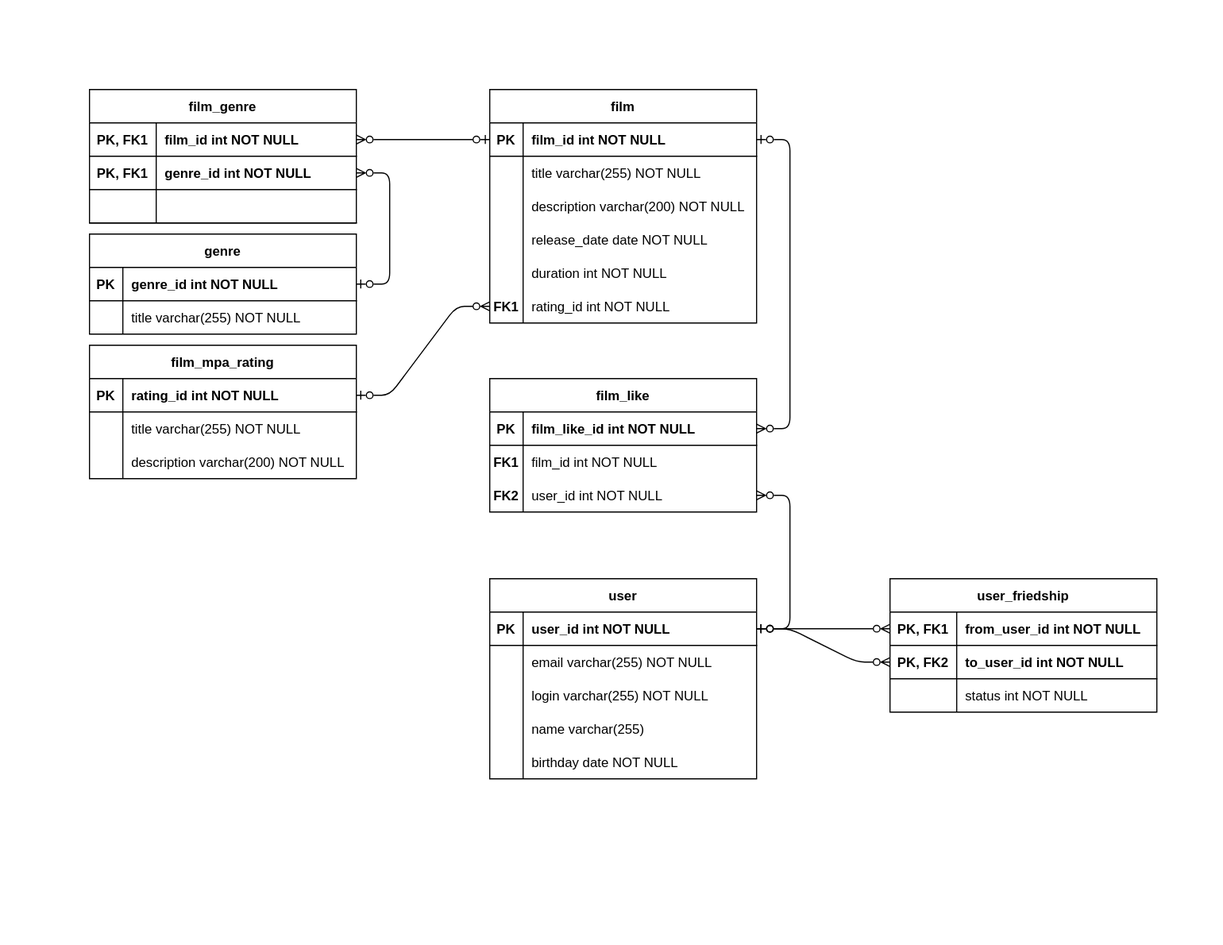
The draw.io diagram docs/entity-relational-diagram.svg in RescueRangerA/java-filmorate, before a commit. Source tidied: cells renumbered, new cells last; positions are measured from the earlier drawing's top-left corner, leaving out a move shared by most shapes.
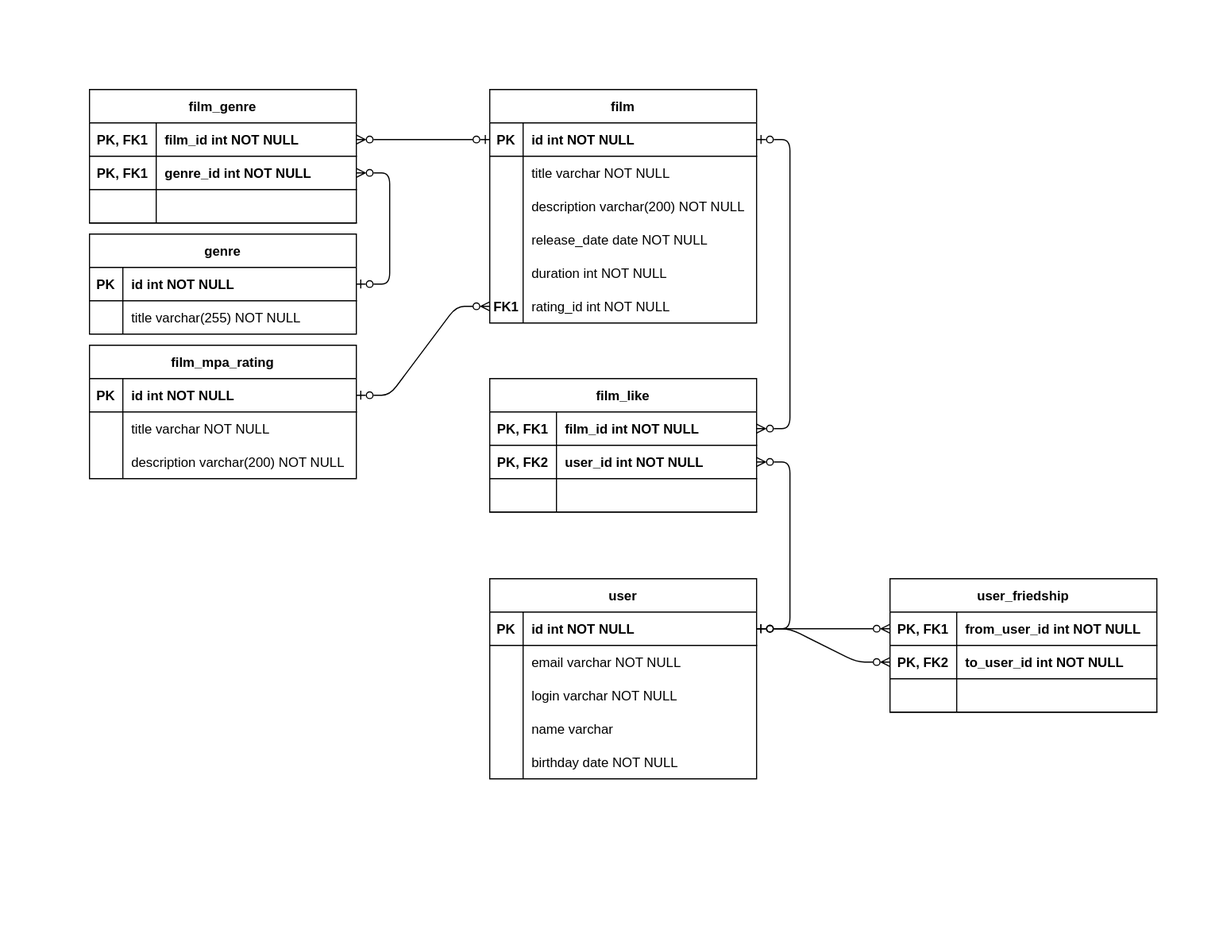
Above is the later version.

Commit message:
docs: refresh ERD

Change to the diagram source:
```diff
@@ -11,7 +11,7 @@
     <mxCell id="4" value="PK" style="shape=partialRectangle;overflow=hidden;fillColor=none;top=0;left=0;bottom=0;right=0;fontStyle=1;" parent="3" vertex="1">
       <mxGeometry width="30" height="30" as="geometry" />
     </mxCell>
-    <mxCell id="5" value="film_id int NOT NULL " style="shape=partialRectangle;overflow=hidden;fillColor=none;top=0;left=0;bottom=0;right=0;align=left;spacingLeft=6;fontStyle=1;" parent="3" vertex="1">
+    <mxCell id="5" value="id int NOT NULL " style="shape=partialRectangle;overflow=hidden;fillColor=none;top=0;left=0;bottom=0;right=0;align=left;spacingLeft=6;fontStyle=1;" parent="3" vertex="1">
       <mxGeometry x="30" width="210" height="30" as="geometry" />
     </mxCell>
     <mxCell id="6" style="shape=partialRectangle;fillColor=none;top=0;left=0;right=0;bottom=0;" parent="2" vertex="1">
@@ -20,7 +20,7 @@
     <mxCell id="7" style="shape=partialRectangle;overflow=hidden;fillColor=none;top=0;left=0;bottom=0;right=0;" parent="6" vertex="1">
       <mxGeometry width="30" height="30" as="geometry" />
     </mxCell>
-    <mxCell id="8" value="title varchar(255) NOT NULL" style="shape=partialRectangle;overflow=hidden;fillColor=none;top=0;left=0;bottom=0;right=0;align=left;spacingLeft=6;" parent="6" vertex="1">
+    <mxCell id="8" value="title varchar NOT NULL" style="shape=partialRectangle;overflow=hidden;fillColor=none;top=0;left=0;bottom=0;right=0;align=left;spacingLeft=6;" parent="6" vertex="1">
       <mxGeometry x="30" width="210" height="30" as="geometry" />
     </mxCell>
     <mxCell id="9" style="shape=partialRectangle;fillColor=none;top=0;left=0;right=0;bottom=0;" parent="2" vertex="1">
@@ -68,7 +68,7 @@
     <mxCell id="23" value="PK" style="shape=partialRectangle;overflow=hidden;fillColor=none;top=0;left=0;bottom=0;right=0;fontStyle=1;" parent="22" vertex="1">
       <mxGeometry width="30" height="30" as="geometry" />
     </mxCell>
-    <mxCell id="24" value="user_id int NOT NULL " style="shape=partialRectangle;overflow=hidden;fillColor=none;top=0;left=0;bottom=0;right=0;align=left;spacingLeft=6;fontStyle=1;" parent="22" vertex="1">
+    <mxCell id="24" value="id int NOT NULL " style="shape=partialRectangle;overflow=hidden;fillColor=none;top=0;left=0;bottom=0;right=0;align=left;spacingLeft=6;fontStyle=1;" parent="22" vertex="1">
       <mxGeometry x="30" width="210" height="30" as="geometry" />
     </mxCell>
     <mxCell id="25" style="shape=partialRectangle;fillColor=none;top=0;left=0;right=0;bottom=0;" parent="21" vertex="1">
@@ -77,7 +77,7 @@
     <mxCell id="26" style="shape=partialRectangle;overflow=hidden;fillColor=none;top=0;left=0;bottom=0;right=0;" parent="25" vertex="1">
       <mxGeometry width="30" height="30" as="geometry" />
     </mxCell>
-    <mxCell id="27" value="email varchar(255) NOT NULL" style="shape=partialRectangle;overflow=hidden;fillColor=none;top=0;left=0;bottom=0;right=0;align=left;spacingLeft=6;" parent="25" vertex="1">
+    <mxCell id="27" value="email varchar NOT NULL" style="shape=partialRectangle;overflow=hidden;fillColor=none;top=0;left=0;bottom=0;right=0;align=left;spacingLeft=6;" parent="25" vertex="1">
       <mxGeometry x="30" width="210" height="30" as="geometry" />
     </mxCell>
     <mxCell id="28" style="shape=partialRectangle;fillColor=none;top=0;left=0;right=0;bottom=0;" parent="21" vertex="1">
@@ -86,7 +86,7 @@
     <mxCell id="29" style="shape=partialRectangle;overflow=hidden;fillColor=none;top=0;left=0;bottom=0;right=0;" parent="28" vertex="1">
       <mxGeometry width="30" height="30" as="geometry" />
     </mxCell>
-    <mxCell id="30" value="login varchar(255) NOT NULL" style="shape=partialRectangle;overflow=hidden;fillColor=none;top=0;left=0;bottom=0;right=0;align=left;spacingLeft=6;" parent="28" vertex="1">
+    <mxCell id="30" value="login varchar NOT NULL" style="shape=partialRectangle;overflow=hidden;fillColor=none;top=0;left=0;bottom=0;right=0;align=left;spacingLeft=6;" parent="28" vertex="1">
       <mxGeometry x="30" width="210" height="30" as="geometry" />
     </mxCell>
     <mxCell id="31" style="shape=partialRectangle;fillColor=none;top=0;left=0;right=0;bottom=0;" parent="21" vertex="1">
@@ -95,7 +95,7 @@
     <mxCell id="32" style="shape=partialRectangle;overflow=hidden;fillColor=none;top=0;left=0;bottom=0;right=0;" parent="31" vertex="1">
       <mxGeometry width="30" height="30" as="geometry" />
     </mxCell>
-    <mxCell id="33" value="name varchar(255)" style="shape=partialRectangle;overflow=hidden;fillColor=none;top=0;left=0;bottom=0;right=0;align=left;spacingLeft=6;" parent="31" vertex="1">
+    <mxCell id="33" value="name varchar" style="shape=partialRectangle;overflow=hidden;fillColor=none;top=0;left=0;bottom=0;right=0;align=left;spacingLeft=6;" parent="31" vertex="1">
       <mxGeometry x="30" width="210" height="30" as="geometry" />
     </mxCell>
     <mxCell id="34" style="shape=partialRectangle;fillColor=none;top=0;left=0;right=0;bottom=0;" parent="21" vertex="1">
@@ -107,36 +107,6 @@
     <mxCell id="36" value="birthday date NOT NULL" style="shape=partialRectangle;overflow=hidden;fillColor=none;top=0;left=0;bottom=0;right=0;align=left;spacingLeft=6;" parent="34" vertex="1">
       <mxGeometry x="30" width="210" height="30" as="geometry" />
     </mxCell>
-    <mxCell id="37" value="film_like" style="shape=table;startSize=30;rowLines=0;fontStyle=1;align=center;" parent="1" vertex="1">
-      <mxGeometry x="360" y="260" width="240" height="120" as="geometry" />
-    </mxCell>
-    <mxCell id="38" style="shape=partialRectangle;fillColor=none;points=[[0,0.5],[1,0.5]];portConstraint=eastwest;top=0;left=0;right=0;bottom=1;" parent="37" vertex="1">
-      <mxGeometry y="30" width="240" height="30" as="geometry" />
-    </mxCell>
-    <mxCell id="39" value="PK" style="shape=partialRectangle;overflow=hidden;fillColor=none;top=0;left=0;bottom=0;right=0;fontStyle=1;" parent="38" vertex="1">
-      <mxGeometry width="30" height="30" as="geometry" />
-    </mxCell>
-    <mxCell id="40" value="film_like_id int NOT NULL " style="shape=partialRectangle;overflow=hidden;fillColor=none;top=0;left=0;bottom=0;right=0;align=left;spacingLeft=6;fontStyle=1;" parent="38" vertex="1">
-      <mxGeometry x="30" width="210" height="30" as="geometry" />
-    </mxCell>
-    <mxCell id="41" style="shape=partialRectangle;fillColor=none;top=0;left=0;right=0;bottom=0;" parent="37" vertex="1">
-      <mxGeometry y="60" width="240" height="30" as="geometry" />
-    </mxCell>
-    <mxCell id="42" value="FK1" style="shape=partialRectangle;overflow=hidden;fillColor=none;top=0;left=0;bottom=0;right=0;fontStyle=1;" parent="41" vertex="1">
-      <mxGeometry width="30" height="30" as="geometry" />
-    </mxCell>
-    <mxCell id="43" value="film_id int NOT NULL" style="shape=partialRectangle;overflow=hidden;fillColor=none;top=0;left=0;bottom=0;right=0;align=left;spacingLeft=6;" parent="41" vertex="1">
-      <mxGeometry x="30" width="210" height="30" as="geometry" />
-    </mxCell>
-    <mxCell id="44" style="shape=partialRectangle;fillColor=none;points=[[0,0.5],[1,0.5]];portConstraint=eastwest;top=0;left=0;right=0;bottom=0;" parent="37" vertex="1">
-      <mxGeometry y="90" width="240" height="30" as="geometry" />
-    </mxCell>
-    <mxCell id="45" value="FK2" style="shape=partialRectangle;overflow=hidden;fillColor=none;top=0;left=0;bottom=0;right=0;fontStyle=1;" parent="44" vertex="1">
-      <mxGeometry width="30" height="30" as="geometry" />
-    </mxCell>
-    <mxCell id="46" value="user_id int NOT NULL" style="shape=partialRectangle;overflow=hidden;fillColor=none;top=0;left=0;bottom=0;right=0;align=left;spacingLeft=6;" parent="44" vertex="1">
-      <mxGeometry x="30" width="210" height="30" as="geometry" />
-    </mxCell>
     <mxCell id="47" value="genre" style="shape=table;startSize=30;rowLines=0;fontStyle=1;align=center;" parent="1" vertex="1">
       <mxGeometry y="130" width="240" height="90" as="geometry" />
     </mxCell>
@@ -146,7 +116,7 @@
     <mxCell id="49" value="PK" style="shape=partialRectangle;overflow=hidden;fillColor=none;top=0;left=0;bottom=0;right=0;fontStyle=1;" parent="48" vertex="1">
       <mxGeometry width="30" height="30" as="geometry" />
     </mxCell>
-    <mxCell id="50" value="genre_id int NOT NULL " style="shape=partialRectangle;overflow=hidden;fillColor=none;top=0;left=0;bottom=0;right=0;align=left;spacingLeft=6;fontStyle=1;" parent="48" vertex="1">
+    <mxCell id="50" value="id int NOT NULL " style="shape=partialRectangle;overflow=hidden;fillColor=none;top=0;left=0;bottom=0;right=0;align=left;spacingLeft=6;fontStyle=1;" parent="48" vertex="1">
       <mxGeometry x="30" width="210" height="30" as="geometry" />
     </mxCell>
     <mxCell id="51" style="shape=partialRectangle;fillColor=none;top=0;left=0;right=0;bottom=0;" parent="47" vertex="1">
@@ -203,7 +173,7 @@
     <mxCell id="68" value="PK" style="shape=partialRectangle;overflow=hidden;fillColor=none;top=0;left=0;bottom=0;right=0;fontStyle=1;" parent="67" vertex="1">
       <mxGeometry width="30" height="30" as="geometry" />
     </mxCell>
-    <mxCell id="69" value="rating_id int NOT NULL " style="shape=partialRectangle;overflow=hidden;fillColor=none;top=0;left=0;bottom=0;right=0;align=left;spacingLeft=6;fontStyle=1;" parent="67" vertex="1">
+    <mxCell id="69" value="id int NOT NULL " style="shape=partialRectangle;overflow=hidden;fillColor=none;top=0;left=0;bottom=0;right=0;align=left;spacingLeft=6;fontStyle=1;" parent="67" vertex="1">
       <mxGeometry x="30" width="210" height="30" as="geometry" />
     </mxCell>
     <mxCell id="70" style="shape=partialRectangle;fillColor=none;top=0;left=0;right=0;bottom=0;" parent="66" vertex="1">
@@ -212,7 +182,7 @@
     <mxCell id="71" style="shape=partialRectangle;overflow=hidden;fillColor=none;top=0;left=0;bottom=0;right=0;" parent="70" vertex="1">
       <mxGeometry width="30" height="30" as="geometry" />
     </mxCell>
-    <mxCell id="72" value="title varchar(255) NOT NULL" style="shape=partialRectangle;overflow=hidden;fillColor=none;top=0;left=0;bottom=0;right=0;align=left;spacingLeft=6;" parent="70" vertex="1">
+    <mxCell id="72" value="title varchar NOT NULL" style="shape=partialRectangle;overflow=hidden;fillColor=none;top=0;left=0;bottom=0;right=0;align=left;spacingLeft=6;" parent="70" vertex="1">
       <mxGeometry x="30" width="210" height="30" as="geometry" />
     </mxCell>
     <mxCell id="73" style="shape=partialRectangle;fillColor=none;top=0;left=0;right=0;bottom=0;" parent="66" vertex="1">
@@ -248,26 +218,56 @@
     <mxCell id="83" value="to_user_id int NOT NULL" style="shape=partialRectangle;overflow=hidden;fillColor=none;top=0;left=0;bottom=0;right=0;align=left;spacingLeft=6;fontStyle=1;" parent="81" vertex="1">
       <mxGeometry x="60" width="180" height="30" as="geometry" />
     </mxCell>
-    <mxCell id="84" style="shape=partialRectangle;fillColor=none;top=0;left=0;right=0;bottom=0;" parent="77" vertex="1">
-      <mxGeometry y="90" width="240" height="30" as="geometry" />
-    </mxCell>
-    <mxCell id="85" style="shape=partialRectangle;overflow=hidden;fillColor=none;top=0;left=0;bottom=0;right=0;" parent="84" vertex="1">
-      <mxGeometry width="60" height="30" as="geometry" />
-    </mxCell>
-    <mxCell id="86" value="status int NOT NULL" style="shape=partialRectangle;overflow=hidden;fillColor=none;top=0;left=0;bottom=0;right=0;align=left;spacingLeft=6;" parent="84" vertex="1">
-      <mxGeometry x="60" width="180" height="30" as="geometry" />
-    </mxCell>
+    <mxCell id="91" style="shape=partialRectangle;fillColor=none;top=0;left=0;right=0;bottom=1;" parent="77" vertex="1">
+      <mxGeometry y="90" width="240" height="30" as="geometry" />
+    </mxCell>
+    <mxCell id="92" style="shape=partialRectangle;overflow=hidden;fillColor=none;top=0;left=0;bottom=0;right=0;fontStyle=1;" parent="91" vertex="1">
+      <mxGeometry width="60" height="30" as="geometry" />
+    </mxCell>
+    <mxCell id="93" style="shape=partialRectangle;overflow=hidden;fillColor=none;top=0;left=0;bottom=0;right=0;align=left;spacingLeft=6;fontStyle=1;" parent="91" vertex="1">
+      <mxGeometry x="60" width="180" height="30" as="geometry" />
+    </mxCell>
     <mxCell id="87" style="edgeStyle=entityRelationEdgeStyle;rounded=1;jettySize=auto;html=1;startArrow=ERzeroToOne;startFill=0;endArrow=ERzeroToMany;endFill=0;elbow=vertical;entryX=0;entryY=0.5;entryDx=0;entryDy=0;" parent="1" edge="1" source="22" target="81">
       <mxGeometry relative="1" as="geometry" />
     </mxCell>
     <mxCell id="88" style="edgeStyle=entityRelationEdgeStyle;rounded=1;jettySize=auto;html=1;startArrow=ERzeroToOne;startFill=0;endArrow=ERzeroToMany;endFill=0;elbow=vertical;entryX=0;entryY=0.5;entryDx=0;entryDy=0;" parent="1" edge="1" source="22" target="78">
       <mxGeometry relative="1" as="geometry" />
     </mxCell>
-    <mxCell id="89" style="edgeStyle=entityRelationEdgeStyle;rounded=1;jettySize=auto;html=1;startArrow=ERzeroToOne;startFill=0;endArrow=ERzeroToMany;endFill=0;elbow=vertical;" parent="1" edge="1" source="22" target="44">
+    <mxCell id="89" style="edgeStyle=entityRelationEdgeStyle;rounded=1;jettySize=auto;html=1;startArrow=ERzeroToOne;startFill=0;endArrow=ERzeroToMany;endFill=0;elbow=vertical;" parent="1" edge="1" source="22" target="95">
       <mxGeometry relative="1" as="geometry" />
     </mxCell>
-    <mxCell id="90" style="edgeStyle=entityRelationEdgeStyle;rounded=1;jettySize=auto;html=1;startArrow=ERzeroToOne;startFill=0;endArrow=ERzeroToMany;endFill=0;elbow=vertical;" parent="1" edge="1" source="3" target="38">
+    <mxCell id="90" style="edgeStyle=entityRelationEdgeStyle;rounded=1;jettySize=auto;html=1;startArrow=ERzeroToOne;startFill=0;endArrow=ERzeroToMany;endFill=0;elbow=vertical;entryX=1;entryY=0.5;entryDx=0;entryDy=0;" parent="1" edge="1" source="3" target="38">
       <mxGeometry relative="1" as="geometry" />
     </mxCell>
+    <mxCell id="37" value="film_like" style="shape=table;startSize=30;rowLines=0;fontStyle=1;align=center;" parent="1" vertex="1">
+      <mxGeometry x="360" y="260" width="240" height="120" as="geometry" />
+    </mxCell>
+    <mxCell id="38" style="shape=partialRectangle;fillColor=none;points=[[0,0.5],[1,0.5]];portConstraint=eastwest;top=0;left=0;right=0;bottom=1;" parent="37" vertex="1">
+      <mxGeometry y="30" width="240" height="30" as="geometry" />
+    </mxCell>
+    <mxCell id="94" value="PK, FK1" style="shape=partialRectangle;overflow=hidden;fillColor=none;top=0;left=0;bottom=0;right=0;fontStyle=1;" parent="38" vertex="1">
+      <mxGeometry width="60" height="30" as="geometry" />
+    </mxCell>
+    <mxCell id="43" value="film_id int NOT NULL" style="shape=partialRectangle;overflow=hidden;fillColor=none;top=0;left=0;bottom=0;right=0;align=left;spacingLeft=6;fontStyle=1;" parent="38" vertex="1">
+      <mxGeometry x="60" width="180" height="30" as="geometry" />
+    </mxCell>
+    <mxCell id="95" style="shape=partialRectangle;fillColor=none;points=[[0,0.5],[1,0.5]];portConstraint=eastwest;top=0;left=0;right=0;bottom=1;" parent="37" vertex="1">
+      <mxGeometry y="60" width="240" height="30" as="geometry" />
+    </mxCell>
+    <mxCell id="96" value="PK, FK2" style="shape=partialRectangle;overflow=hidden;fillColor=none;top=0;left=0;bottom=0;right=0;fontStyle=1;" parent="95" vertex="1">
+      <mxGeometry width="60" height="30" as="geometry" />
+    </mxCell>
+    <mxCell id="46" value="user_id int NOT NULL" style="shape=partialRectangle;overflow=hidden;fillColor=none;top=0;left=0;bottom=0;right=0;align=left;spacingLeft=6;fontStyle=1;" parent="95" vertex="1">
+      <mxGeometry x="60" width="180" height="30" as="geometry" />
+    </mxCell>
+    <mxCell id="97" style="shape=partialRectangle;fillColor=none;top=0;left=0;right=0;bottom=1;" parent="37" vertex="1">
+      <mxGeometry y="90" width="240" height="30" as="geometry" />
+    </mxCell>
+    <mxCell id="98" style="shape=partialRectangle;overflow=hidden;fillColor=none;top=0;left=0;bottom=0;right=0;fontStyle=1;" parent="97" vertex="1">
+      <mxGeometry width="60" height="30" as="geometry" />
+    </mxCell>
+    <mxCell id="99" style="shape=partialRectangle;overflow=hidden;fillColor=none;top=0;left=0;bottom=0;right=0;align=left;spacingLeft=6;fontStyle=1;" parent="97" vertex="1">
+      <mxGeometry x="60" width="180" height="30" as="geometry" />
+    </mxCell>
   </root>
 </mxGraphModel>
```
